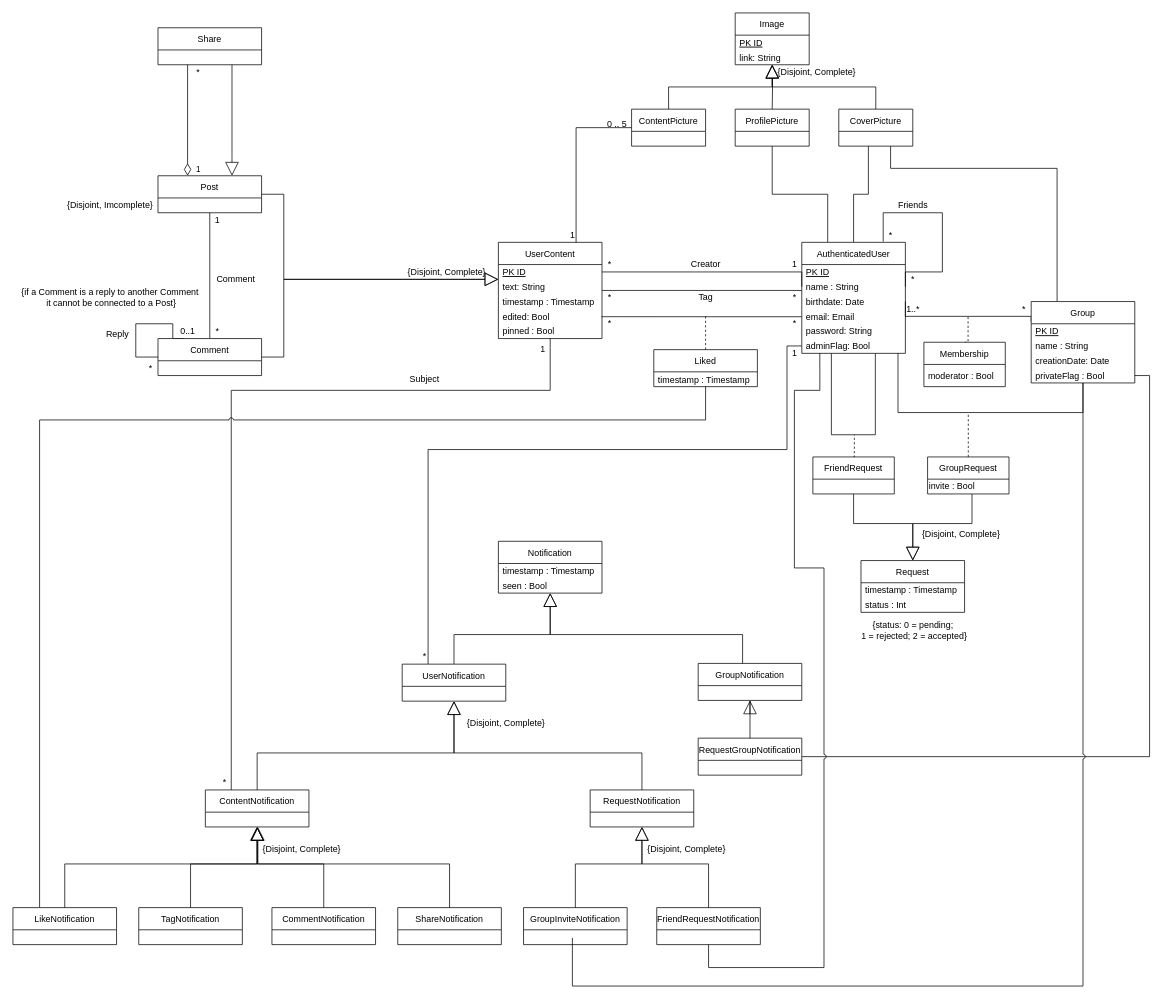
Before: Drawio/UML.drawio in DreFlo/lbaw-2122, a draw.io diagram. Source tidied: cells renumbered, new cells numbered last; positions are measured from the earlier drawing's top-left corner, leaving out a move shared by most shapes. Both pictures are drawn from the tidied source at 74%, with x=0, y=0 at pixel (13, 13).
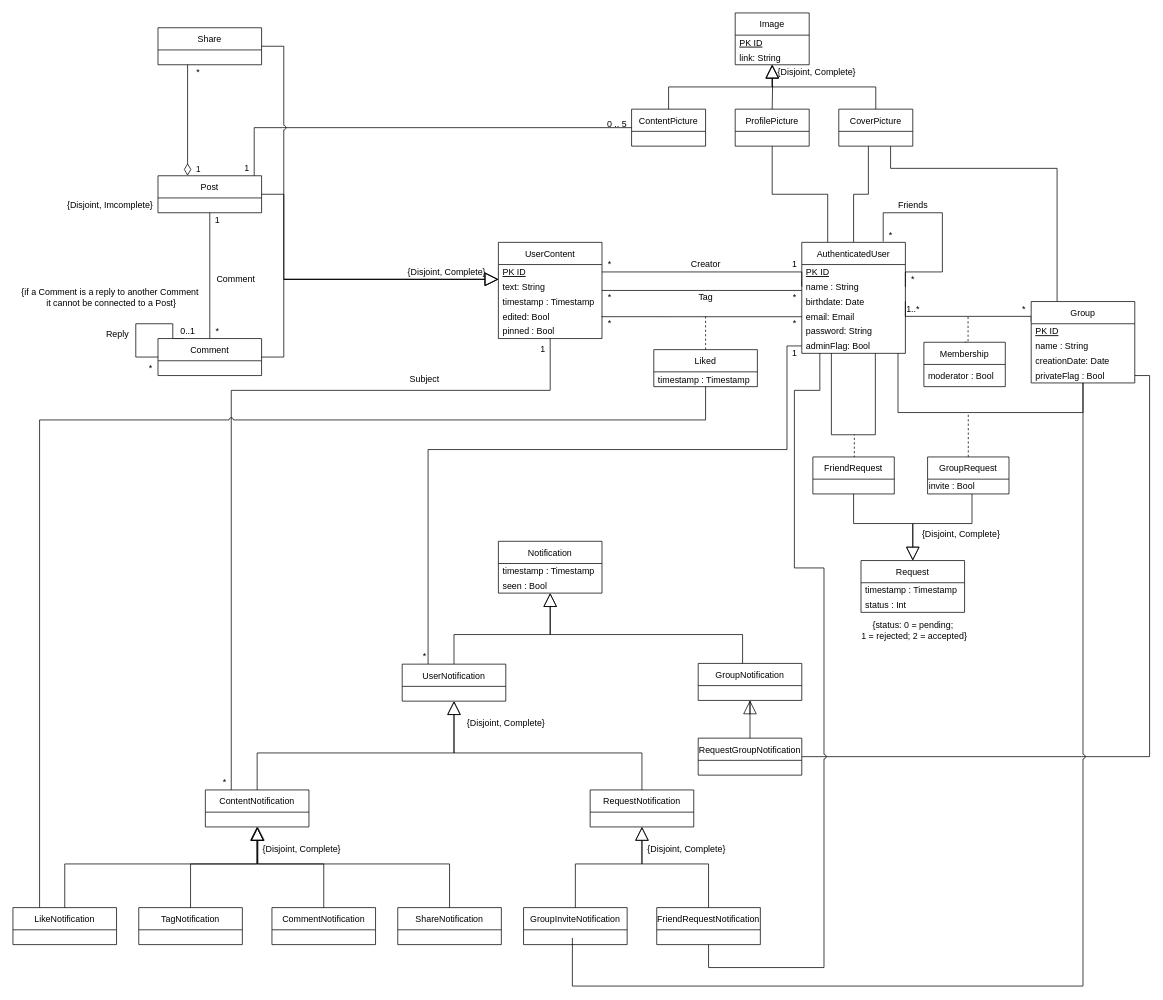
The same page after the edit.

The change refers to these unchanged cells:
```xml
<mxCell id="30" value="ContentPicture" style="swimlane;fontStyle=0;horizontal=1;startSize=30;fontSize=12;verticalAlign=middle;" parent="1" vertex="1">
  <mxGeometry x="836" y="130" width="100" height="50" as="geometry" />
</mxCell>
<mxCell id="35" value="Post" style="swimlane;fontStyle=0;horizontal=1;startSize=30;fontSize=12;verticalAlign=middle;" parent="1" vertex="1">
  <mxGeometry x="196" y="220" width="140" height="50" as="geometry" />
</mxCell>
<mxCell id="36" value="UserContent" style="swimlane;fontStyle=0;horizontal=1;startSize=30;fontSize=12;verticalAlign=middle;" parent="1" vertex="1">
  <mxGeometry x="656" y="310" width="140" height="130" as="geometry" />
</mxCell>
<mxCell id="67" value="Share" style="swimlane;fontStyle=0;horizontal=1;startSize=30;fontSize=12;verticalAlign=middle;" parent="1" vertex="1">
  <mxGeometry x="196" y="20" width="140" height="50" as="geometry" />
</mxCell>
```

Diff of the diagram source:
```diff
@@
-    <mxCell id="47" style="edgeStyle=orthogonalEdgeStyle;rounded=0;jettySize=auto;html=1;exitX=0.75;exitY=0;exitDx=0;exitDy=0;entryX=0;entryY=0.5;entryDx=0;entryDy=0;fontSize=12;endArrow=none;endFill=0;" parent="1" edge="1" source="36" target="30">
+    <mxCell id="47" style="edgeStyle=orthogonalEdgeStyle;rounded=0;jettySize=auto;html=1;entryX=0;entryY=0.5;entryDx=0;entryDy=0;fontSize=12;endArrow=none;endFill=0;jumpStyle=arc;" parent="1" edge="1" source="35" target="30">
       <mxGeometry relative="1" as="geometry">
         <Array as="points">
-          <mxPoint x="761" y="155" />
+          <mxPoint x="326" y="155" />
         </Array>
       </mxGeometry>
     </mxCell>
     <mxCell id="48" value="1" style="text;html=1;align=center;verticalAlign=middle;strokeColor=none;fillColor=none;fontSize=12;" parent="1" vertex="1">
-      <mxGeometry x="746" y="290" width="20" height="20" as="geometry" />
+      <mxGeometry x="306" y="200" width="20" height="20" as="geometry" />
     </mxCell>
@@
-    <mxCell id="130" style="endArrow=block;endSize=16;endFill=0;html=1;rounded=0;fontSize=12;edgeStyle=orthogonalEdgeStyle;" parent="1" edge="1" source="67" target="35">
+    <mxCell id="130" style="endArrow=block;endSize=16;endFill=0;html=1;rounded=0;fontSize=12;edgeStyle=orthogonalEdgeStyle;jumpStyle=arc;" parent="1" edge="1" source="67" target="36">
       <mxGeometry relative="1" as="geometry">
         <Array as="points">
-          <mxPoint x="296" y="190" />
-          <mxPoint x="296" y="190" />
+          <mxPoint x="366" y="45" />
+          <mxPoint x="366" y="360" />
         </Array>
       </mxGeometry>
     </mxCell>
```
